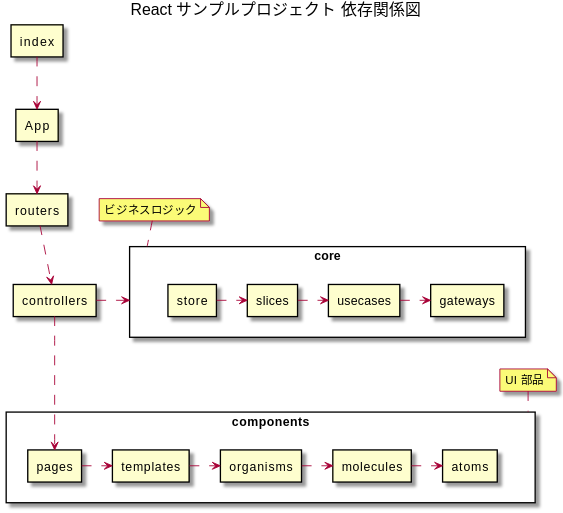
The PlantUML diagram docs/diagrams/out/architecture/dependencies.svg in yamagame/react-typescript-starter-app, before a commit. Source of this version:
```plantuml
@startuml dependencies
scale 400 width
title  React サンプルプロジェクト 依存関係図

skinparam packageStyle Rectangle

rectangle index
rectangle App
rectangle routers
rectangle controllers
package components {
  rectangle pages
  rectangle organisms
  rectangle molecules
  rectangle atoms
  rectangle templates
}

note top of components
  UI 部品
end note

index ..> App
App ..> routers
routers ..> controllers
pages .> templates
controllers ...> pages
organisms .> molecules
molecules .> atoms
templates .> organisms

package core {
  rectangle gateways
  rectangle slices
  rectangle store
  rectangle usecases
}

controllers .> core
store .> slices
slices .> usecases
usecases .> gateways

note top of core
  ビジネスロジック
end note

@enduml
```
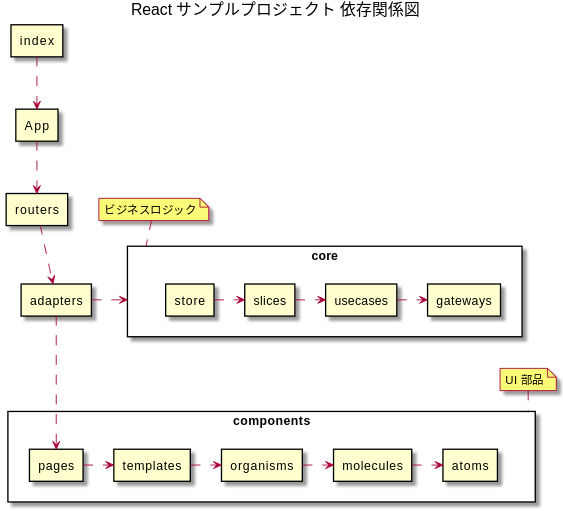
Later version of the same file.

Commit message:
controller -> adapter

Change to the diagram source:
```diff
@@ -7,7 +7,7 @@
 rectangle index
 rectangle App
 rectangle routers
-rectangle controllers
+rectangle adapters
 package components {
   rectangle pages
   rectangle organisms
@@ -22,9 +22,9 @@
 
 index ..> App
 App ..> routers
-routers ..> controllers
+routers ..> adapters
 pages .> templates
-controllers ...> pages
+adapters ...> pages
 organisms .> molecules
 molecules .> atoms
 templates .> organisms
@@ -36,7 +36,7 @@
   rectangle usecases
 }
 
-controllers .> core
+adapters .> core
 store .> slices
 slices .> usecases
 usecases .> gateways
```
